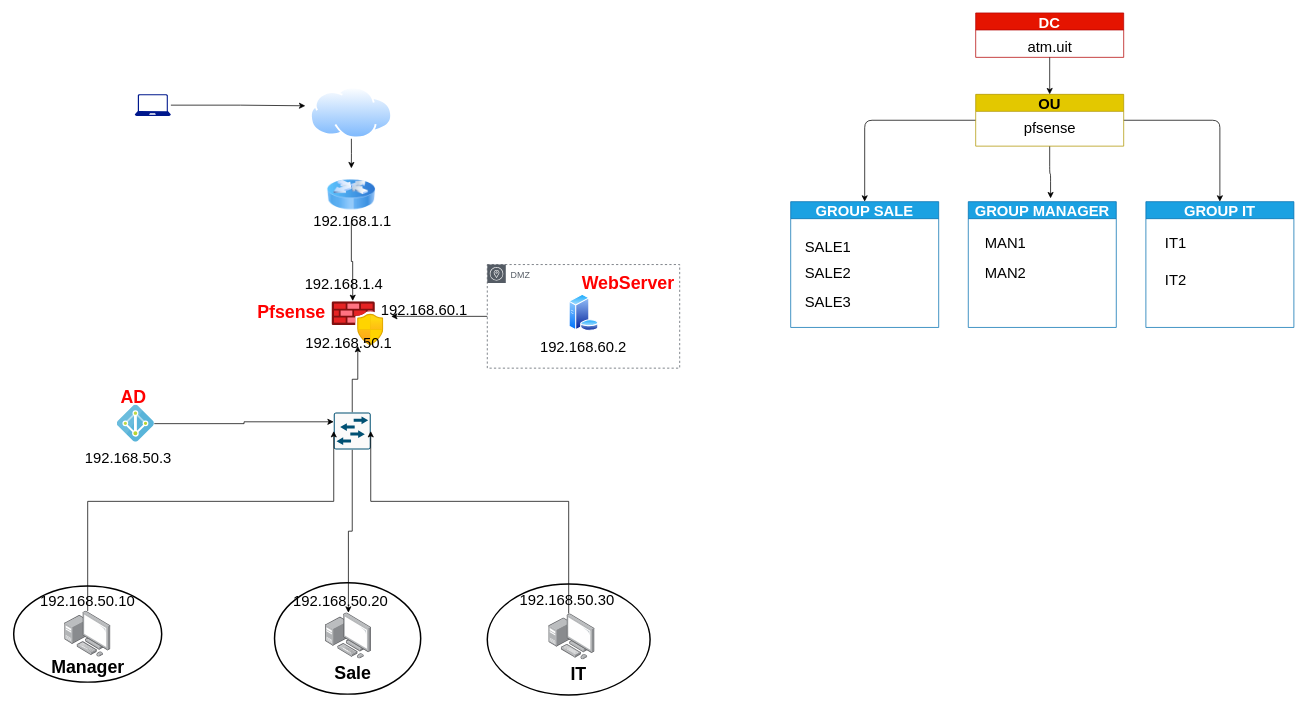
hopnguyen123/pfsense keeps this draw.io diagram as pfsense.drawio. Above is the earlier version. Source tidied: cells renumbered, new cells numbered last; positions are measured from the earlier drawing's top-left corner, leaving out a move shared by most shapes. Both pictures are drawn from the tidied source at 74%, with x=0, y=0 at pixel (13, 13).
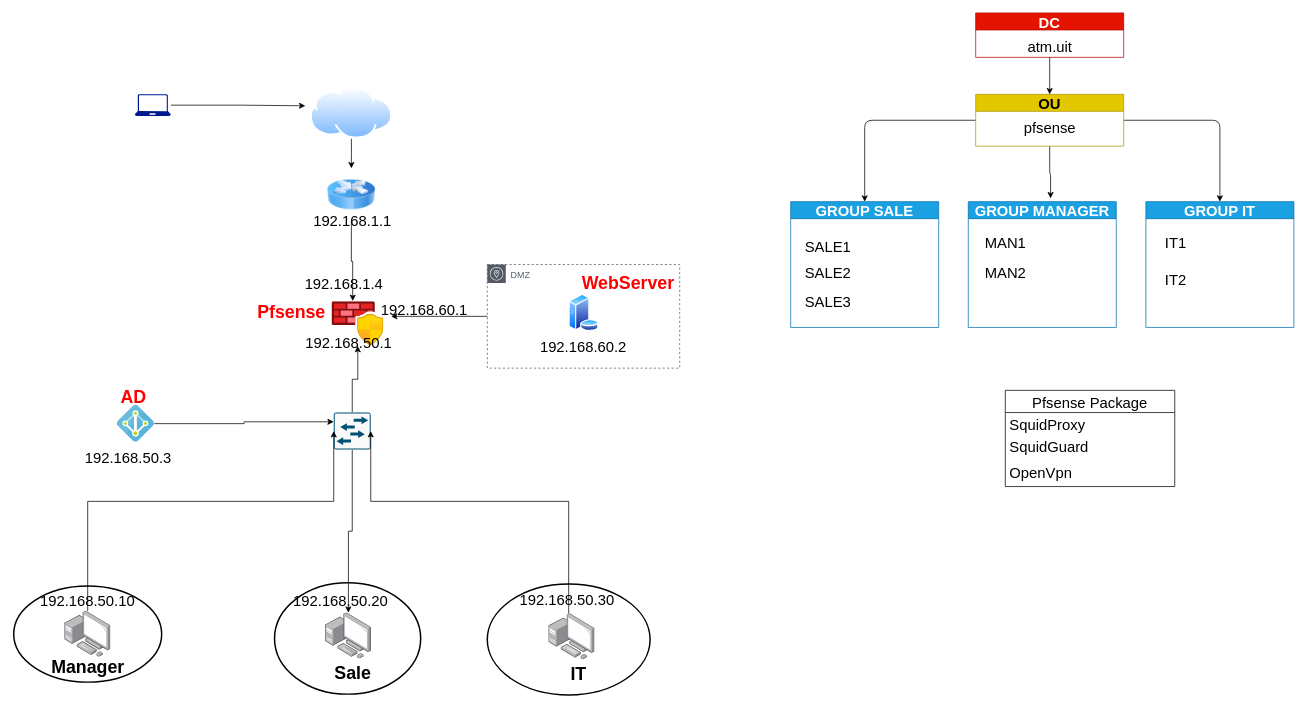
The same diagram, later.

Change to the diagram source:
```diff
@@
+    <mxCell id="58" value="Pfsense Package" style="swimlane;fontStyle=0;horizontal=1;startSize=30;rounded=0;sketch=0;fontSize=20;" parent="1" vertex="1">
+      <mxGeometry x="1340" y="510" width="229" height="130" as="geometry" />
+    </mxCell>
+    <mxCell id="59" value="SquidProxy" style="text;strokeColor=none;fillColor=none;align=left;verticalAlign=middle;spacingLeft=4;spacingRight=4;overflow=hidden;rounded=0;sketch=0;fontSize=20;" parent="58" vertex="1">
+      <mxGeometry y="30" width="229" height="30" as="geometry" />
+    </mxCell>
+    <mxCell id="60" value="SquidGuard" style="text;strokeColor=none;fillColor=none;align=left;verticalAlign=middle;spacingLeft=4;spacingRight=4;overflow=hidden;rounded=0;sketch=0;fontSize=20;" parent="58" vertex="1">
+      <mxGeometry y="60" width="229" height="30" as="geometry" />
+    </mxCell>
+    <mxCell id="61" value="OpenVpn" style="text;strokeColor=none;fillColor=none;align=left;verticalAlign=middle;spacingLeft=4;spacingRight=4;overflow=hidden;rounded=0;sketch=0;fontSize=20;" parent="58" vertex="1">
+      <mxGeometry y="90" width="229" height="40" as="geometry" />
+    </mxCell>
```
